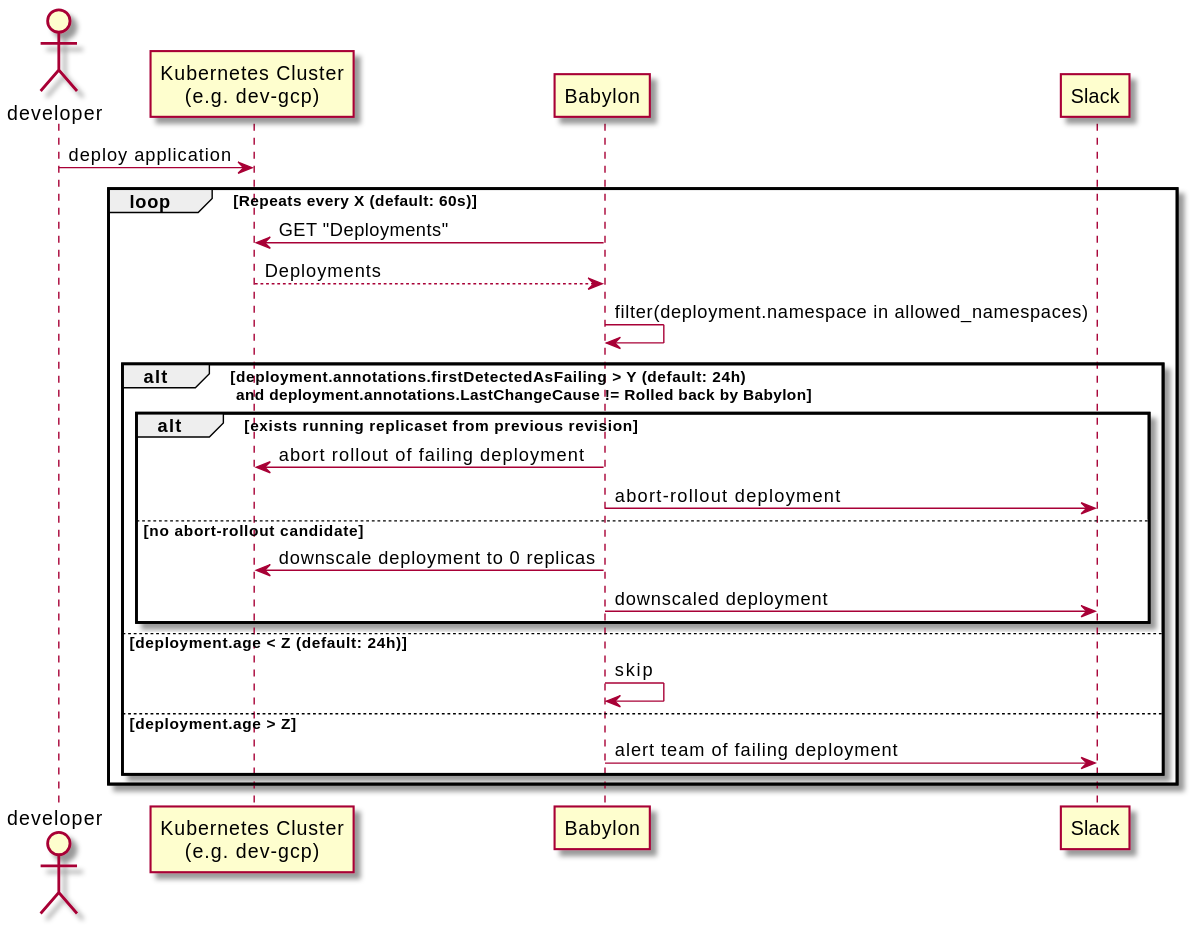
This is docs/babylon-flow.svg from nais/babylon, a PlantUML export, as it was before one commit.
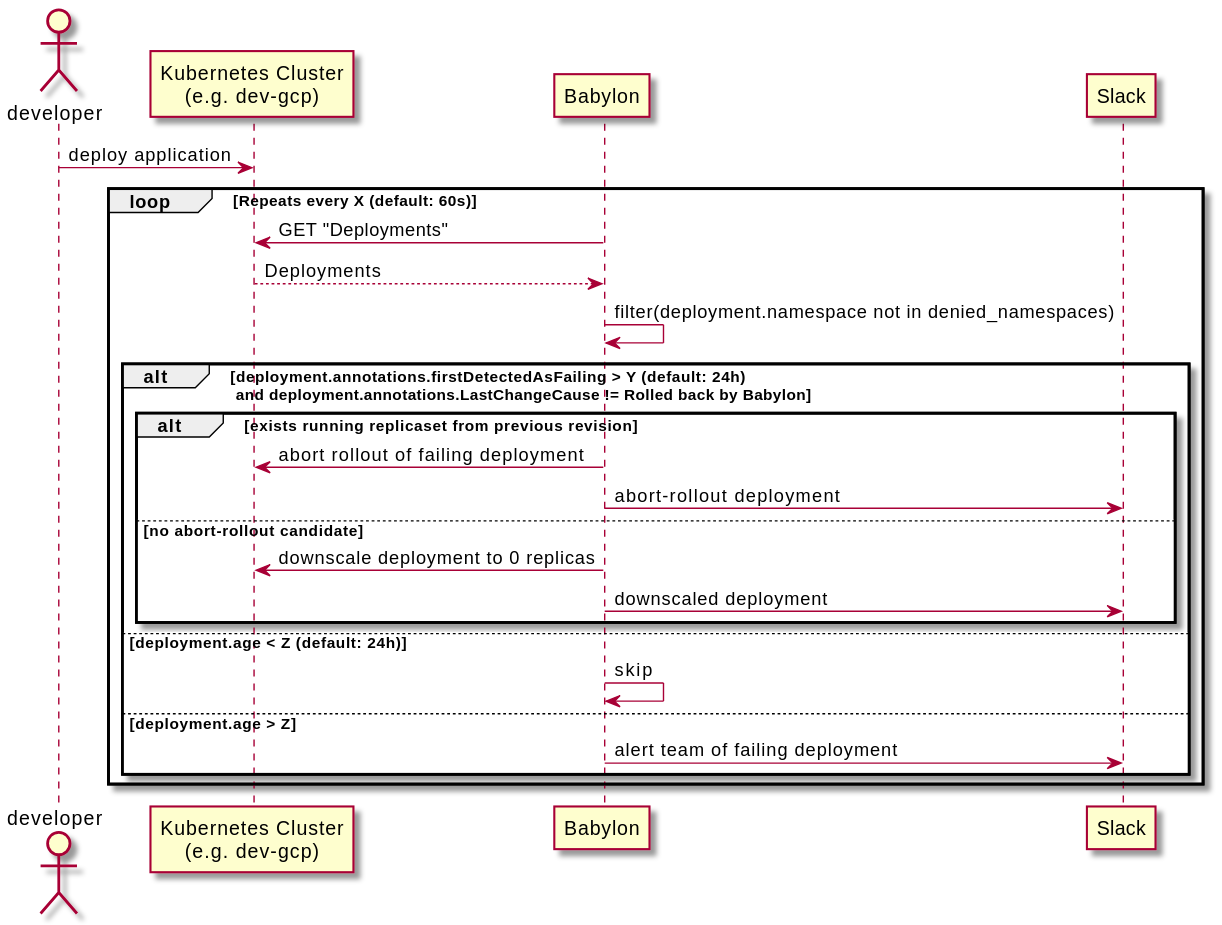
Later version of the same file.

Diff of the diagram source:
```diff
@@ -8,7 +8,7 @@
 loop Repeats every X (default: 60s)
 babylon -> k8s: GET "Deployments"
 return Deployments
-babylon -> babylon: filter(deployment.namespace in allowed_namespaces)
+babylon -> babylon: filter(deployment.namespace not in denied_namespaces)
 
 alt deployment.annotations.firstDetectedAsFailing > Y (default: 24h) \n and deployment.annotations.LastChangeCause != Rolled back by Babylon
 
```
